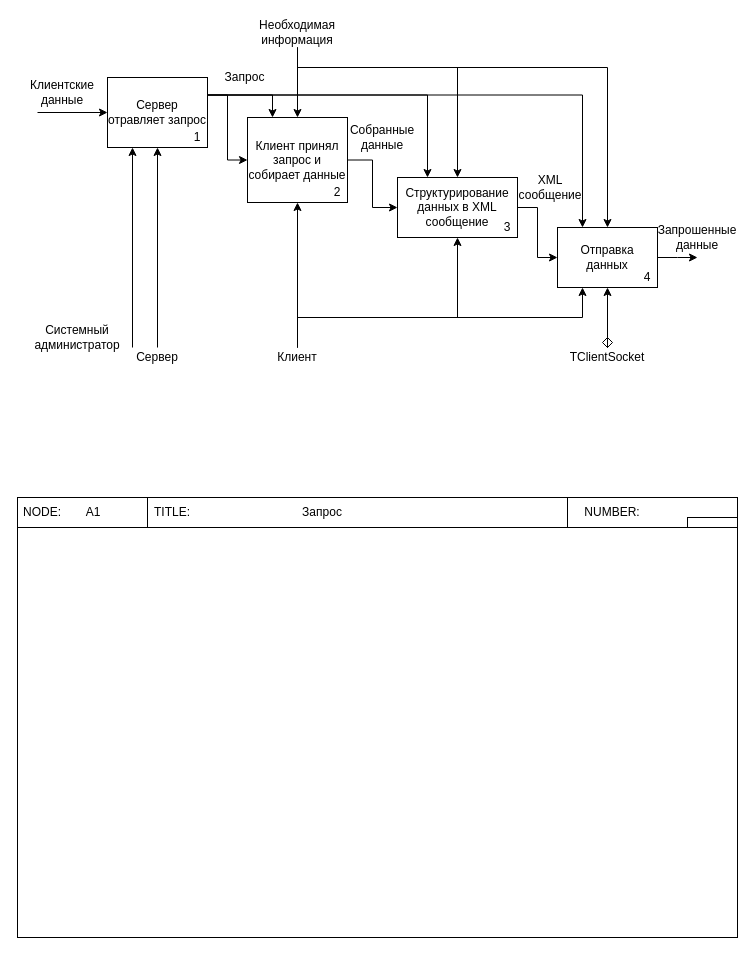
Before: Диаграмма Запрос.drawio in OhotnikovV/AvIS, a draw.io diagram. Source tidied: cells renumbered, new cells numbered last; positions are measured from the earlier drawing's top-left corner, leaving out a move shared by most shapes. Both pictures are drawn from the tidied source at 100%, with x=0, y=0 at pixel (17, 17).
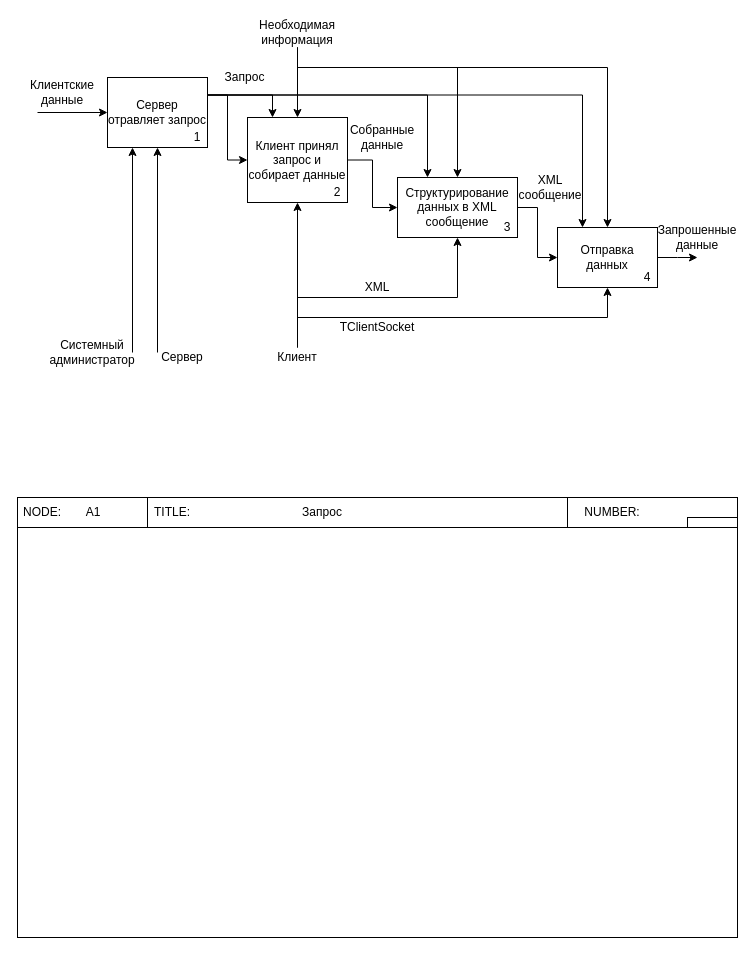
The same page after the edit.

The change refers to these unchanged cells:
```xml
<mxCell id="6" value="Сервер отравляет запрос" style="rounded=0;whiteSpace=wrap;html=1;" parent="1" vertex="1">
  <mxGeometry x="90" y="60" width="100" height="70" as="geometry" />
</mxCell>
<mxCell id="9" value="Структурирование данных в XML сообщение" style="rounded=0;whiteSpace=wrap;html=1;" parent="1" vertex="1">
  <mxGeometry x="380" y="160" width="120" height="60" as="geometry" />
</mxCell>
<mxCell id="12" value="Отправка данных" style="rounded=0;whiteSpace=wrap;html=1;" parent="1" vertex="1">
  <mxGeometry x="540" y="210" width="100" height="60" as="geometry" />
</mxCell>
<mxCell id="44" value="Клиент" style="text;html=1;strokeColor=none;fillColor=none;align=center;verticalAlign=middle;whiteSpace=wrap;rounded=0;" parent="1" vertex="1">
  <mxGeometry x="260" y="330" width="40" height="20" as="geometry" />
</mxCell>
```

What changed in the source:
```diff
@@
-    <mxCell id="37" style="endArrow=classic;html=1;entryX=0.5;entryY=1;entryDx=0;entryDy=0;exitX=0.5;exitY=0;exitDx=0;exitDy=0;" parent="1" edge="1" source="38" target="6">
+    <mxCell id="37" style="endArrow=classic;html=1;entryX=0.5;entryY=1;entryDx=0;entryDy=0;exitX=0;exitY=0.25;exitDx=0;exitDy=0;" parent="1" edge="1" source="38" target="6">
       <mxGeometry relative="1" as="geometry" />
     </mxCell>
     <mxCell id="38" value="Сервер" style="text;html=1;strokeColor=none;fillColor=none;align=center;verticalAlign=middle;whiteSpace=wrap;rounded=0;" parent="1" vertex="1">
-      <mxGeometry x="120" y="330" width="40" height="20" as="geometry" />
+      <mxGeometry x="140" y="330" width="50" height="20" as="geometry" />
     </mxCell>
-    <mxCell id="39" style="edgeStyle=orthogonalEdgeStyle;rounded=0;jettySize=auto;html=1;exitX=0.5;exitY=0;exitDx=0;exitDy=0;entryX=0.5;entryY=1;entryDx=0;entryDy=0;" parent="1" edge="1" source="40" target="12">
-      <mxGeometry relative="1" as="geometry" />
-    </mxCell>
-    <mxCell id="40" value="TClientSocket" style="text;html=1;strokeColor=none;fillColor=none;align=center;verticalAlign=middle;whiteSpace=wrap;rounded=0;" parent="1" vertex="1">
-      <mxGeometry x="550" y="330" width="80" height="20" as="geometry" />
-    </mxCell>
@@
     <mxCell id="42" style="edgeStyle=orthogonalEdgeStyle;rounded=0;jettySize=auto;html=1;exitX=0.5;exitY=0;exitDx=0;exitDy=0;entryX=0.5;entryY=1;entryDx=0;entryDy=0;" parent="1" edge="1" source="44" target="9">
       <mxGeometry relative="1" as="geometry">
         <Array as="points">
-          <mxPoint x="280" y="300" />
-          <mxPoint x="440" y="300" />
+          <mxPoint x="280" y="280" />
+          <mxPoint x="440" y="280" />
         </Array>
       </mxGeometry>
     </mxCell>
-    <mxCell id="43" style="edgeStyle=orthogonalEdgeStyle;rounded=0;jettySize=auto;html=1;exitX=0.5;exitY=0;exitDx=0;exitDy=0;entryX=0.25;entryY=1;entryDx=0;entryDy=0;" parent="1" edge="1" source="44" target="12">
-      <mxGeometry relative="1" as="geometry" />
+    <mxCell id="43" style="edgeStyle=orthogonalEdgeStyle;rounded=0;jettySize=auto;html=1;exitX=0.5;exitY=0;exitDx=0;exitDy=0;entryX=0.5;entryY=1;entryDx=0;entryDy=0;" parent="1" edge="1" source="40" target="12">
+      <mxGeometry relative="1" as="geometry">
+        <Array as="points">
+          <mxPoint x="280" y="300" />
+          <mxPoint x="590" y="300" />
+        </Array>
+      </mxGeometry>
     </mxCell>
@@
     <mxCell id="45" value="Системный администратор" style="text;html=1;strokeColor=none;fillColor=none;align=center;verticalAlign=middle;whiteSpace=wrap;rounded=0;" parent="1" vertex="1">
-      <mxGeometry x="40" y="310" width="40" height="20" as="geometry" />
+      <mxGeometry x="30" y="320" width="90" height="30" as="geometry" />
     </mxCell>
     <mxCell id="46" style="endArrow=classic;html=1;entryX=0.25;entryY=1;entryDx=0;entryDy=0;" parent="1" edge="1" target="6">
       <mxGeometry relative="1" as="geometry">
-        <mxPoint x="115" y="330" as="sourcePoint" />
+        <mxPoint x="115" y="335" as="sourcePoint" />
       </mxGeometry>
     </mxCell>
-    <mxCell id="47" style="shape=sortShape;perimeter=rhombusPerimeter;whiteSpace=wrap;html=1;rotation=90;" parent="1" vertex="1">
-      <mxGeometry x="585" y="320" width="10" height="10" as="geometry" />
-    </mxCell>
+    <mxCell id="48" value="XML" style="text;html=1;strokeColor=none;fillColor=none;align=center;verticalAlign=middle;whiteSpace=wrap;rounded=0;" parent="1" vertex="1">
+      <mxGeometry x="345" y="260" width="30" height="20" as="geometry" />
+    </mxCell>
+    <mxCell id="40" value="TClientSocket" style="text;html=1;strokeColor=none;fillColor=none;align=center;verticalAlign=middle;whiteSpace=wrap;rounded=0;" parent="1" vertex="1">
+      <mxGeometry x="320" y="300" width="80" height="20" as="geometry" />
+    </mxCell>
```
